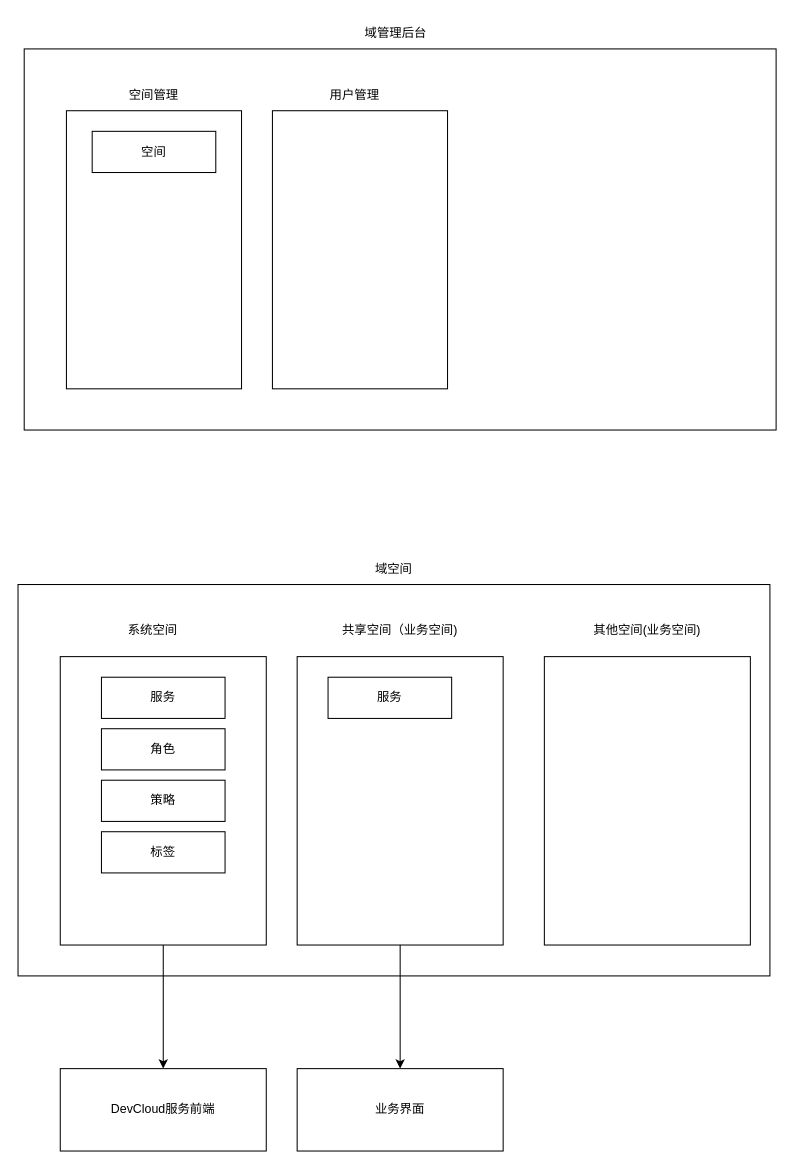
Earlier version of the draw.io diagram docs/conception.drawio (infraboard/mcenter). Source tidied: cells renumbered, new cells numbered last; positions are measured from the earlier drawing's top-left corner, leaving out a move shared by most shapes. Both pictures are drawn from the tidied source at 103%, with x=0, y=0 at pixel (18, 18).
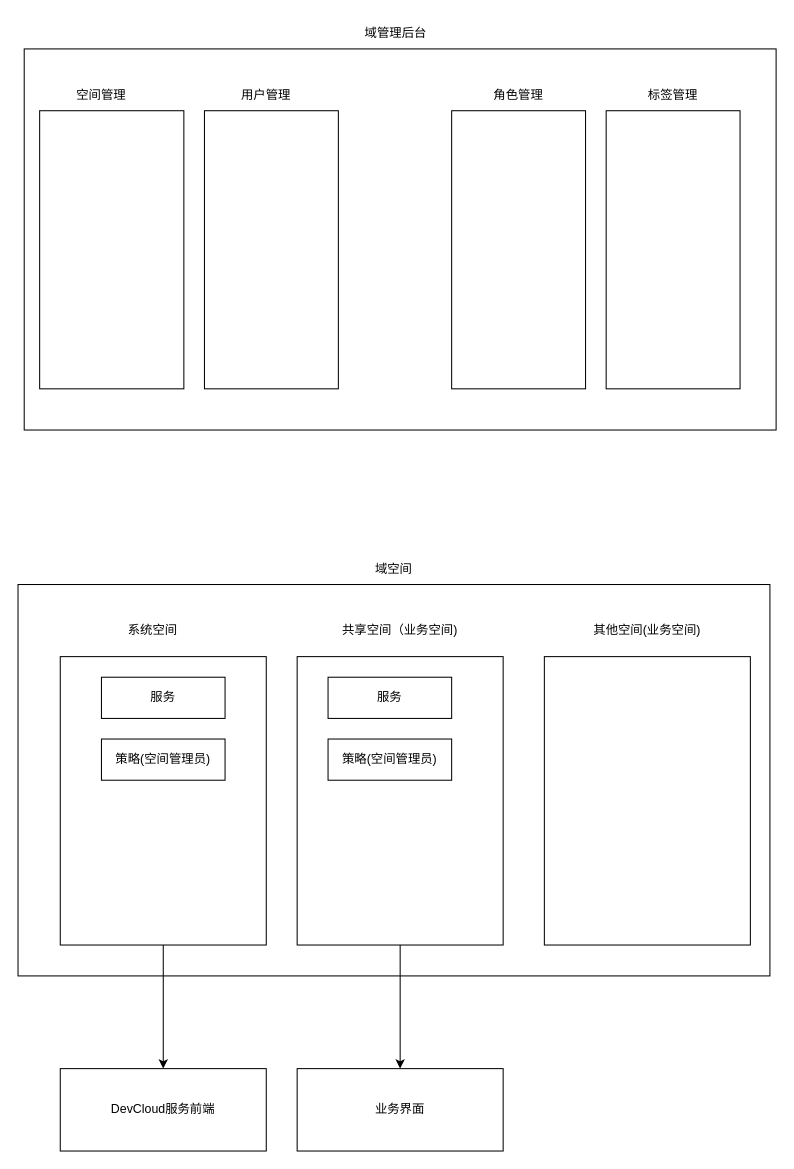
After the change.

Commit message (it also covers changes not shown here):
补充示意图

The edit, as a diff of the source:
```diff
@@
-    <mxCell id="14" value="角色" style="rounded=0;whiteSpace=wrap;html=1;" parent="1" vertex="1">
-      <mxGeometry x="81" y="690" width="120" height="40" as="geometry" />
-    </mxCell>
@@
-    <mxCell id="16" value="策略" style="rounded=0;whiteSpace=wrap;html=1;" parent="1" vertex="1">
-      <mxGeometry x="81" y="740" width="120" height="40" as="geometry" />
+    <mxCell id="16" value="策略(空间管理员)" style="rounded=0;whiteSpace=wrap;html=1;" parent="1" vertex="1">
+      <mxGeometry x="81" y="700" width="120" height="40" as="geometry" />
     </mxCell>
-    <mxCell id="17" value="标签" style="rounded=0;whiteSpace=wrap;html=1;" parent="1" vertex="1">
-      <mxGeometry x="81" y="790" width="120" height="40" as="geometry" />
-    </mxCell>
@@
     <mxCell id="21" style="rounded=0;whiteSpace=wrap;html=1;" parent="1" vertex="1">
-      <mxGeometry x="47" y="90" width="170" height="270" as="geometry" />
+      <mxGeometry x="21" y="90" width="140" height="270" as="geometry" />
     </mxCell>
     <mxCell id="22" value="空间管理" style="text;html=1;strokeColor=none;fillColor=none;align=center;verticalAlign=middle;whiteSpace=wrap;rounded=0;" parent="1" vertex="1">
-      <mxGeometry x="102" y="60" width="60" height="30" as="geometry" />
+      <mxGeometry x="51" y="60" width="60" height="30" as="geometry" />
     </mxCell>
-    <mxCell id="23" value="空间" style="rounded=0;whiteSpace=wrap;html=1;" parent="1" vertex="1">
-      <mxGeometry x="72" y="110" width="120" height="40" as="geometry" />
-    </mxCell>
     <mxCell id="24" style="rounded=0;whiteSpace=wrap;html=1;" parent="1" vertex="1">
-      <mxGeometry x="247" y="90" width="170" height="270" as="geometry" />
+      <mxGeometry x="181" y="90" width="130" height="270" as="geometry" />
     </mxCell>
     <mxCell id="25" value="用户管理" style="text;html=1;strokeColor=none;fillColor=none;align=center;verticalAlign=middle;whiteSpace=wrap;rounded=0;" parent="1" vertex="1">
-      <mxGeometry x="297" y="60" width="60" height="30" as="geometry" />
+      <mxGeometry x="211" y="60" width="60" height="30" as="geometry" />
     </mxCell>
+    <mxCell id="26" style="rounded=0;whiteSpace=wrap;html=1;" parent="1" vertex="1">
+      <mxGeometry x="421" y="90" width="130" height="270" as="geometry" />
+    </mxCell>
+    <mxCell id="27" value="角色管理" style="text;html=1;strokeColor=none;fillColor=none;align=center;verticalAlign=middle;whiteSpace=wrap;rounded=0;" parent="1" vertex="1">
+      <mxGeometry x="456" y="60" width="60" height="30" as="geometry" />
+    </mxCell>
+    <mxCell id="28" style="rounded=0;whiteSpace=wrap;html=1;" parent="1" vertex="1">
+      <mxGeometry x="571" y="90" width="130" height="270" as="geometry" />
+    </mxCell>
+    <mxCell id="29" value="标签管理" style="text;html=1;strokeColor=none;fillColor=none;align=center;verticalAlign=middle;whiteSpace=wrap;rounded=0;" parent="1" vertex="1">
+      <mxGeometry x="606" y="60" width="60" height="30" as="geometry" />
+    </mxCell>
+    <mxCell id="30" value="策略(空间管理员)" style="rounded=0;whiteSpace=wrap;html=1;" parent="1" vertex="1">
+      <mxGeometry x="301" y="700" width="120" height="40" as="geometry" />
+    </mxCell>
```
